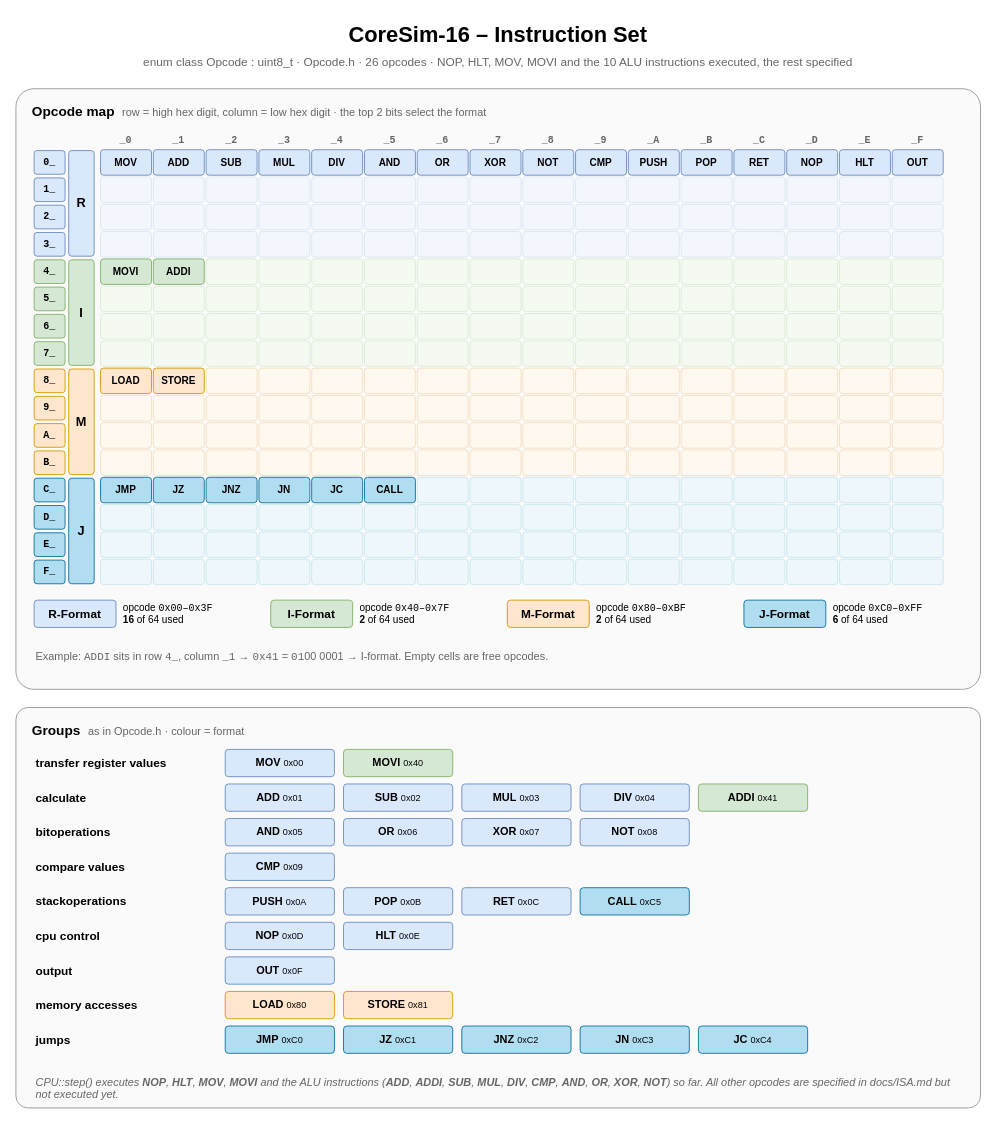
Above: diagrams/isa.drawio in kpolet2010-hue/CoreSim (draw.io), before the change. Source tidied: cells renumbered, new cells numbered last; positions are measured from the earlier drawing's top-left corner, leaving out a move shared by most shapes. Both pictures are drawn from the tidied source at 91%, with x=0, y=0 at pixel (15, 15).
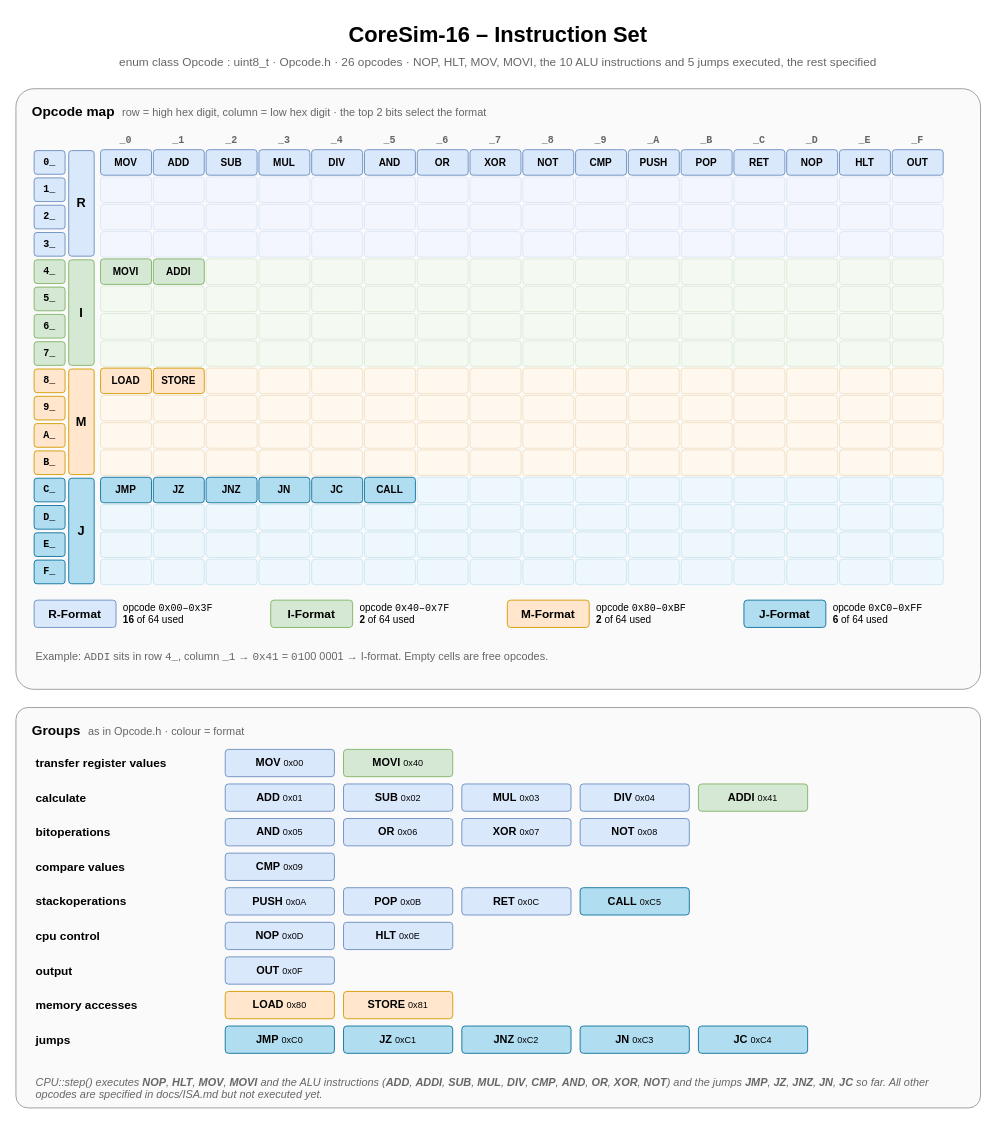
The same page after the edit.

The edit, as a diff of the source:
```diff
@@
-    <mxCell id="3" value="enum class Opcode : uint8_t &amp;middot; Opcode.h &amp;middot; 26 opcodes &amp;middot; NOP, HLT, MOV, MOVI and the 10 ALU instructions executed, the rest specified" style="text;html=1;strokeColor=none;fillColor=none;whiteSpace=wrap;fontFamily=Helvetica;fontSize=13;fontColor=#666666;align=center;" parent="1" vertex="1">
+    <mxCell id="3" value="enum class Opcode : uint8_t &amp;middot; Opcode.h &amp;middot; 26 opcodes &amp;middot; NOP, HLT, MOV, MOVI, the 10 ALU instructions and 5 jumps executed, the rest specified" style="text;html=1;strokeColor=none;fillColor=none;whiteSpace=wrap;fontFamily=Helvetica;fontSize=13;fontColor=#666666;align=center;" parent="1" vertex="1">
       <mxGeometry y="36" width="1060" height="24" as="geometry" />
     </mxCell>
@@
-    <mxCell id="342" value="&lt;i&gt;CPU::step() executes &lt;b&gt;NOP&lt;/b&gt;, &lt;b&gt;HLT&lt;/b&gt;, &lt;b&gt;MOV&lt;/b&gt;, &lt;b&gt;MOVI&lt;/b&gt; and the ALU instructions (&lt;b&gt;ADD&lt;/b&gt;, &lt;b&gt;ADDI&lt;/b&gt;, &lt;b&gt;SUB&lt;/b&gt;, &lt;b&gt;MUL&lt;/b&gt;, &lt;b&gt;DIV&lt;/b&gt;, &lt;b&gt;CMP&lt;/b&gt;, &lt;b&gt;AND&lt;/b&gt;, &lt;b&gt;OR&lt;/b&gt;, &lt;b&gt;XOR&lt;/b&gt;, &lt;b&gt;NOT&lt;/b&gt;) so far. All other opcodes are specified in docs/ISA.md but not executed yet.&lt;/i&gt;" style="text;html=1;strokeColor=none;fillColor=none;whiteSpace=wrap;fontFamily=Helvetica;fontSize=12;fontColor=#666666;align=left;" parent="1" vertex="1">
+    <mxCell id="342" value="&lt;i&gt;CPU::step() executes &lt;b&gt;NOP&lt;/b&gt;, &lt;b&gt;HLT&lt;/b&gt;, &lt;b&gt;MOV&lt;/b&gt;, &lt;b&gt;MOVI&lt;/b&gt; and the ALU instructions (&lt;b&gt;ADD&lt;/b&gt;, &lt;b&gt;ADDI&lt;/b&gt;, &lt;b&gt;SUB&lt;/b&gt;, &lt;b&gt;MUL&lt;/b&gt;, &lt;b&gt;DIV&lt;/b&gt;, &lt;b&gt;CMP&lt;/b&gt;, &lt;b&gt;AND&lt;/b&gt;, &lt;b&gt;OR&lt;/b&gt;, &lt;b&gt;XOR&lt;/b&gt;, &lt;b&gt;NOT&lt;/b&gt;) and the jumps &lt;b&gt;JMP&lt;/b&gt;, &lt;b&gt;JZ&lt;/b&gt;, &lt;b&gt;JNZ&lt;/b&gt;, &lt;b&gt;JN&lt;/b&gt;, &lt;b&gt;JC&lt;/b&gt; so far. All other opcodes are specified in docs/ISA.md but not executed yet.&lt;/i&gt;" style="text;html=1;strokeColor=none;fillColor=none;whiteSpace=wrap;fontFamily=Helvetica;fontSize=12;fontColor=#666666;align=left;" parent="1" vertex="1">
       <mxGeometry x="20" y="1158" width="1020" height="24" as="geometry" />
     </mxCell>
```
